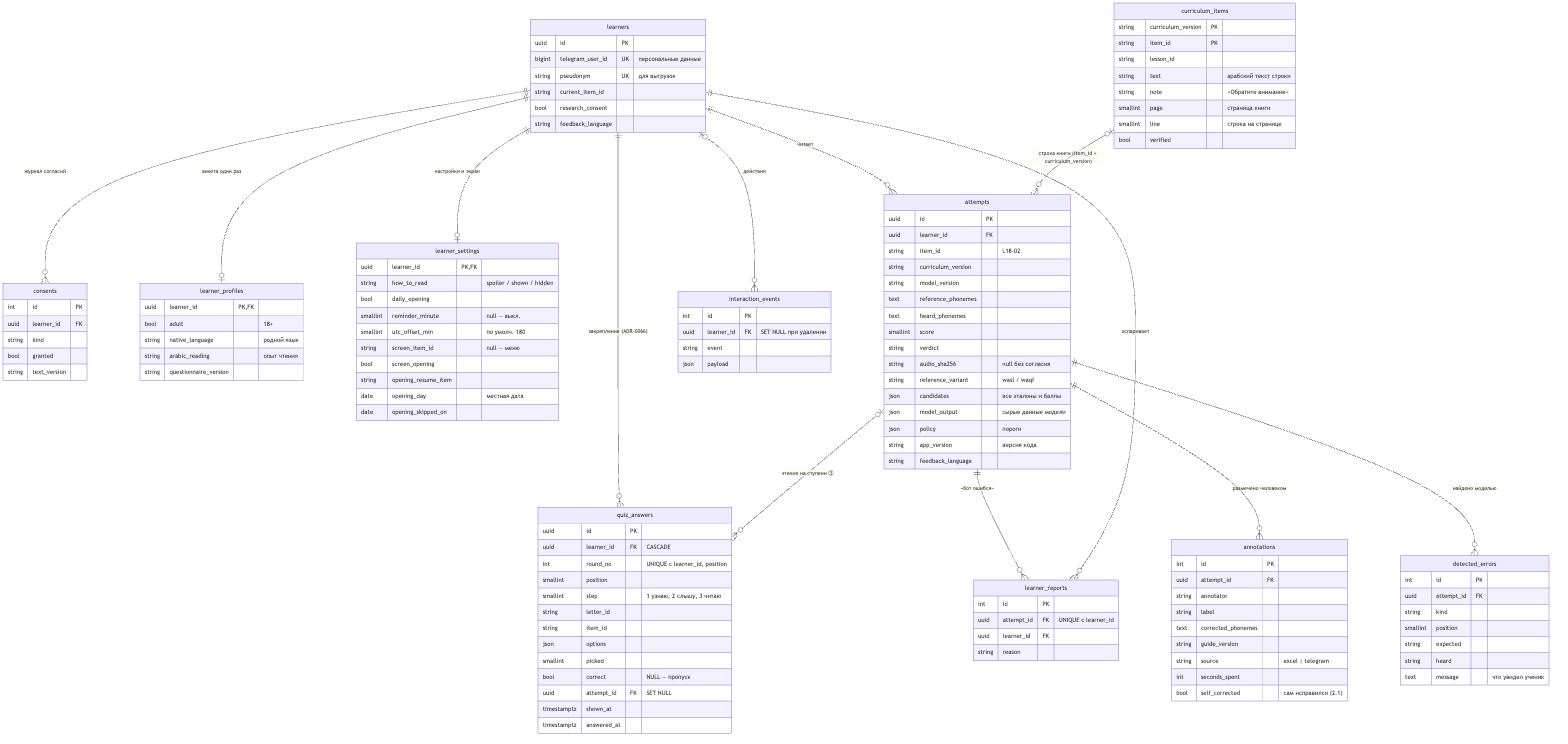
Earlier version of the Mermaid export docs/architecture/diagrams/04-er.png (abdra04-gif/muallim). Its source is kept beside it as docs/architecture/diagrams/04-er.mmd. Source of this version:
```mermaid
erDiagram
    learners ||--o{ consents : "журнал согласий"
    learners ||--o| learner_profiles : "анкета один раз"
    learners ||--o| learner_settings : "настройки и экран"
    learners ||--o{ attempts : "читает"
    learners |o--o{ interaction_events : "действия"
    attempts ||--o{ detected_errors : "найдено моделью"
    attempts ||--o{ annotations : "размечено человеком"
    attempts ||--o{ learner_reports : "«бот ошибся»"
    learners ||--o{ learner_reports : "оспаривает"
    curriculum_items |o--o{ attempts : "строка книги (item_id + curriculum_version)"
    learners ||--o{ quiz_answers : "закрепление (ADR-0066)"
    attempts |o--o{ quiz_answers : "чтение на ступени ③"

    learners {
        uuid id PK
        bigint telegram_user_id UK "персональные данные"
        string pseudonym UK "для выгрузок"
        string current_item_id
        bool research_consent
        string feedback_language
    }
    consents {
        int id PK
        uuid learner_id FK
        string kind
        bool granted
        string text_version
    }
    learner_profiles {
        uuid learner_id PK,FK
        bool adult "18+"
        string native_language "родной язык"
        string arabic_reading "опыт чтения"
        string questionnaire_version
    }
    learner_settings {
        uuid learner_id PK,FK
        string how_to_read "spoiler / shown / hidden"
        bool daily_opening
        smallint reminder_minute "null — выкл."
        smallint utc_offset_min "по умолч. 180"
        string screen_item_id "null — меню"
        bool screen_opening
        string opening_resume_item
        date opening_day "местная дата"
        date opening_skipped_on
    }
    attempts {
        uuid id PK
        uuid learner_id FK
        string item_id "L18-02"
        string curriculum_version
        string model_version
        text reference_phonemes
        text heard_phonemes
        smallint score
        string verdict
        string audio_sha256 "null без согласия"
        string reference_variant "wasl / waqf"
        json candidates "все эталоны и баллы"
        json model_output "сырые данные модели"
        json policy "пороги"
        string app_version "версия кода"
        string feedback_language
    }
    curriculum_items {
        string curriculum_version PK
        string item_id PK
        string lesson_id
        string text "арабский текст строки"
        string note "«Обратите внимание»"
        smallint page "страница книги"
        smallint line "строка на странице"
        bool verified
    }
    learner_reports {
        int id PK
        uuid attempt_id FK "UNIQUE с learner_id"
        uuid learner_id FK
        string reason
    }
    detected_errors {
        int id PK
        uuid attempt_id FK
        string kind
        smallint position
        string expected
        string heard
        text message "что увидел ученик"
    }
    annotations {
        int id PK
        uuid attempt_id FK
        string annotator
        string label
        text corrected_phonemes
        string guide_version
        string source "excel | telegram"
        int seconds_spent
        bool self_corrected "сам исправился (2.1)"
    }
    interaction_events {
        int id PK
        uuid learner_id FK "SET NULL при удалении"
        string event
        json payload
    }

    quiz_answers {
        uuid id PK
        uuid learner_id FK "CASCADE"
        int round_no "UNIQUE с learner_id, position"
        smallint position
        smallint step "1 узнаю, 2 слышу, 3 читаю"
        string letter_id
        string item_id
        json options
        smallint picked
        bool correct "NULL — пропуск"
        uuid attempt_id FK "SET NULL"
        timestamptz shown_at
        timestamptz answered_at
    }
```
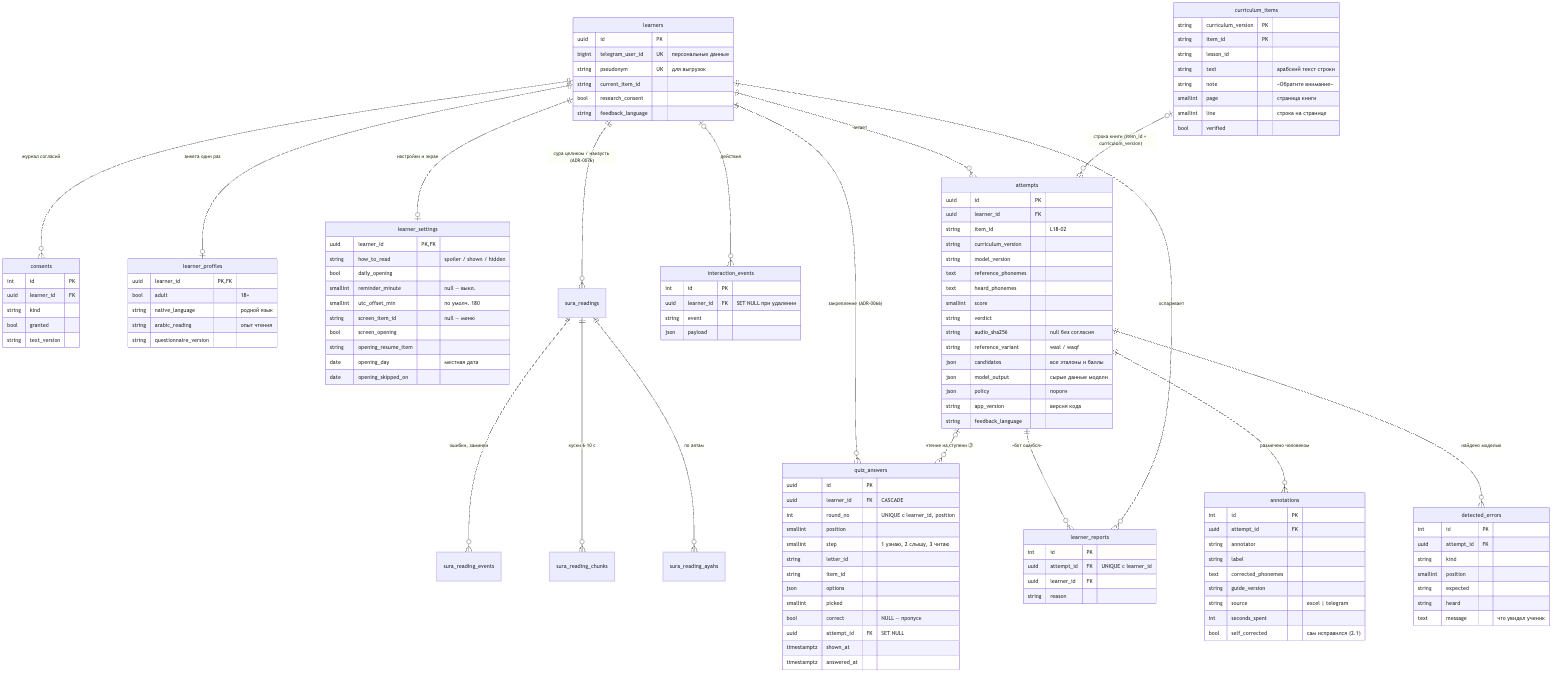
Later version of the same file.

What changed in the source:
```diff
@@ -11,6 +11,10 @@
     curriculum_items |o--o{ attempts : "строка книги (item_id + curriculum_version)"
     learners ||--o{ quiz_answers : "закрепление (ADR-0066)"
     attempts |o--o{ quiz_answers : "чтение на ступени ③"
+    learners ||--o{ sura_readings : "сура целиком / наизусть (ADR-0076)"
+    sura_readings ||--o{ sura_reading_ayahs : "по аятам"
+    sura_readings ||--o{ sura_reading_chunks : "куски 6–10 с"
+    sura_readings ||--o{ sura_reading_events : "ошибки, заминки"
 
     learners {
         uuid id PK
```
